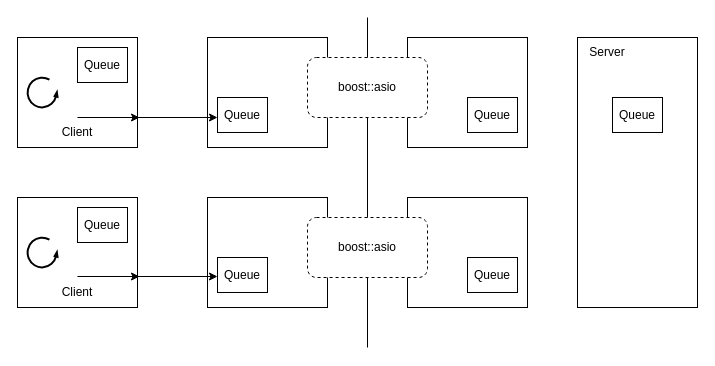
This is diagram/client-server-architecture.drawio from e-choness/mmo-framework-cpp, a draw.io file, before an edit. Source tidied: cells renumbered, new cells numbered last; positions are measured from the earlier drawing's top-left corner, leaving out a move shared by most shapes. Both pictures are drawn from the tidied source at 100%, with x=0, y=0 at pixel (17, 17).
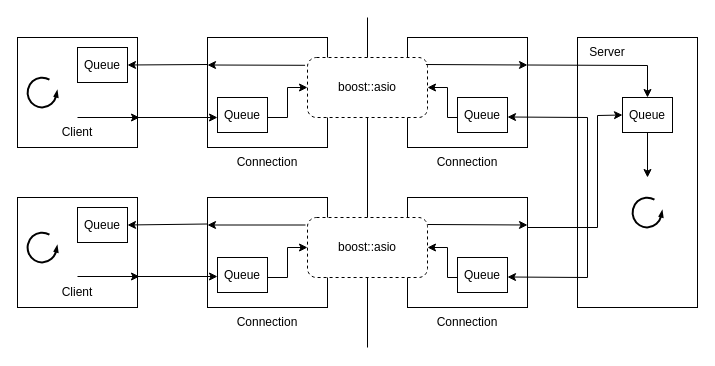
The same diagram, later.

Commit message:
Complete the diagram

Unchanged cells that the change refers to:
```xml
<mxCell id="3" value="Queue" style="rounded=0;whiteSpace=wrap;html=1;" parent="1" vertex="1">
  <mxGeometry x="60" y="30" width="50" height="35" as="geometry" />
</mxCell>
<mxCell id="5" style="rounded=0;whiteSpace=wrap;html=1;" parent="1" vertex="1">
  <mxGeometry x="190" y="20" width="120" height="110" as="geometry" />
</mxCell>
<mxCell id="13" style="rounded=0;whiteSpace=wrap;html=1;" parent="1" vertex="1">
  <mxGeometry x="390" y="20" width="120" height="110" as="geometry" />
</mxCell>
<mxCell id="15" style="rounded=0;whiteSpace=wrap;html=1;" parent="1" vertex="1">
  <mxGeometry x="390" y="180" width="120" height="110" as="geometry" />
</mxCell>
<mxCell id="17" value="boost::asio" style="rounded=1;whiteSpace=wrap;html=1;glass=0;dashed=1;" parent="1" vertex="1">
  <mxGeometry x="290" y="40" width="120" height="60" as="geometry" />
</mxCell>
<mxCell id="18" value="boost::asio" style="rounded=1;whiteSpace=wrap;html=1;glass=0;dashed=1;" parent="1" vertex="1">
  <mxGeometry x="290" y="200" width="120" height="60" as="geometry" />
</mxCell>
```

The edit, as a diff of the source:
```diff
@@
+    <mxCell id="19" style="rounded=0;whiteSpace=wrap;html=1;" parent="1" vertex="1">
+      <mxGeometry x="560" y="20" width="120" height="270" as="geometry" />
+    </mxCell>
@@
     <mxCell id="12" style="verticalLabelPosition=bottom;html=1;verticalAlign=top;strokeWidth=2;shape=mxgraph.lean_mapping.physical_pull;" parent="1" vertex="1">
-      <mxGeometry x="10" y="220" width="30" height="30" as="geometry" />
+      <mxGeometry x="10" y="215" width="30" height="30" as="geometry" />
     </mxCell>
@@
     <mxCell id="14" value="Queue" style="rounded=0;whiteSpace=wrap;html=1;" parent="1" vertex="1">
-      <mxGeometry x="450" y="80" width="50" height="35" as="geometry" />
+      <mxGeometry x="440" y="80" width="50" height="35" as="geometry" />
     </mxCell>
@@
     <mxCell id="16" value="Queue" style="rounded=0;whiteSpace=wrap;html=1;" parent="1" vertex="1">
-      <mxGeometry x="450" y="240" width="50" height="35" as="geometry" />
+      <mxGeometry x="440" y="240" width="50" height="35" as="geometry" />
     </mxCell>
@@
-    <mxCell id="19" style="rounded=0;whiteSpace=wrap;html=1;" parent="1" vertex="1">
-      <mxGeometry x="560" y="20" width="120" height="270" as="geometry" />
-    </mxCell>
@@
     <mxCell id="23" value="Queue" style="rounded=0;whiteSpace=wrap;html=1;" parent="1" vertex="1">
-      <mxGeometry x="595" y="80" width="50" height="35" as="geometry" />
+      <mxGeometry x="605" y="80" width="50" height="35" as="geometry" />
     </mxCell>
@@
+    <mxCell id="28" value="Connection" style="text;html=1;align=center;verticalAlign=middle;whiteSpace=wrap;rounded=0;" parent="1" vertex="1">
+      <mxGeometry x="220" y="130" width="60" height="30" as="geometry" />
+    </mxCell>
+    <mxCell id="29" value="Connection" style="text;html=1;align=center;verticalAlign=middle;whiteSpace=wrap;rounded=0;" parent="1" vertex="1">
+      <mxGeometry x="420" y="130" width="60" height="30" as="geometry" />
+    </mxCell>
+    <mxCell id="30" value="Connection" style="text;html=1;align=center;verticalAlign=middle;whiteSpace=wrap;rounded=0;" parent="1" vertex="1">
+      <mxGeometry x="220" y="290" width="60" height="30" as="geometry" />
+    </mxCell>
+    <mxCell id="31" value="Connection" style="text;html=1;align=center;verticalAlign=middle;whiteSpace=wrap;rounded=0;" parent="1" vertex="1">
+      <mxGeometry x="420" y="290" width="60" height="30" as="geometry" />
+    </mxCell>
+    <mxCell id="32" style="endArrow=classic;html=1;rounded=0;entryX=0;entryY=0.5;entryDx=0;entryDy=0;" parent="1" edge="1" target="18">
+      <mxGeometry relative="1" as="geometry">
+        <mxPoint x="250" y="260" as="sourcePoint" />
+        <Array as="points">
+          <mxPoint x="270" y="260" />
+          <mxPoint x="270" y="230" />
+        </Array>
+      </mxGeometry>
+    </mxCell>
+    <mxCell id="33" style="endArrow=classic;html=1;rounded=0;entryX=0;entryY=0.5;entryDx=0;entryDy=0;" parent="1" edge="1">
+      <mxGeometry relative="1" as="geometry">
+        <mxPoint x="250" y="100" as="sourcePoint" />
+        <mxPoint x="290" y="70" as="targetPoint" />
+        <Array as="points">
+          <mxPoint x="270" y="100" />
+          <mxPoint x="270" y="70" />
+        </Array>
+      </mxGeometry>
+    </mxCell>
+    <mxCell id="34" style="endArrow=classic;html=1;rounded=0;exitX=-0.02;exitY=0.13;exitDx=0;exitDy=0;exitPerimeter=0;entryX=0;entryY=0.25;entryDx=0;entryDy=0;" parent="1" edge="1" source="17" target="5">
+      <mxGeometry relative="1" as="geometry" />
+    </mxCell>
+    <mxCell id="35" style="endArrow=classic;html=1;rounded=0;exitX=-0.02;exitY=0.13;exitDx=0;exitDy=0;exitPerimeter=0;entryX=1;entryY=0.5;entryDx=0;entryDy=0;" parent="1" edge="1" target="3">
+      <mxGeometry relative="1" as="geometry">
+        <mxPoint x="190" y="47" as="sourcePoint" />
+      </mxGeometry>
+    </mxCell>
+    <mxCell id="36" style="endArrow=classic;html=1;rounded=0;exitX=-0.02;exitY=0.13;exitDx=0;exitDy=0;exitPerimeter=0;entryX=0;entryY=0.25;entryDx=0;entryDy=0;" parent="1" edge="1">
+      <mxGeometry relative="1" as="geometry">
+        <mxPoint x="288" y="207.5" as="sourcePoint" />
+        <mxPoint x="190" y="207.5" as="targetPoint" />
+      </mxGeometry>
+    </mxCell>
+    <mxCell id="37" style="endArrow=classic;html=1;rounded=0;exitX=-0.02;exitY=0.13;exitDx=0;exitDy=0;exitPerimeter=0;entryX=1;entryY=0.5;entryDx=0;entryDy=0;" parent="1" edge="1">
+      <mxGeometry relative="1" as="geometry">
+        <mxPoint x="190" y="206.5" as="sourcePoint" />
+        <mxPoint x="110" y="207.5" as="targetPoint" />
+      </mxGeometry>
+    </mxCell>
+    <mxCell id="38" style="endArrow=classic;html=1;rounded=0;entryX=1;entryY=0.25;entryDx=0;entryDy=0;exitX=0.987;exitY=0.117;exitDx=0;exitDy=0;exitPerimeter=0;" parent="1" edge="1" source="17" target="13">
+      <mxGeometry relative="1" as="geometry" />
+    </mxCell>
+    <mxCell id="39" style="endArrow=classic;html=1;rounded=0;entryX=1;entryY=0.25;entryDx=0;entryDy=0;exitX=0.987;exitY=0.117;exitDx=0;exitDy=0;exitPerimeter=0;" parent="1" edge="1" target="15">
+      <mxGeometry relative="1" as="geometry">
+        <mxPoint x="410" y="207" as="sourcePoint" />
+      </mxGeometry>
+    </mxCell>
+    <mxCell id="40" style="endArrow=classic;html=1;rounded=0;entryX=0.5;entryY=0;entryDx=0;entryDy=0;exitX=1;exitY=0.25;exitDx=0;exitDy=0;" parent="1" edge="1" source="13" target="23">
+      <mxGeometry relative="1" as="geometry">
+        <Array as="points">
+          <mxPoint x="630" y="48" />
+        </Array>
+      </mxGeometry>
+    </mxCell>
+    <mxCell id="41" style="endArrow=classic;html=1;rounded=0;" parent="1" edge="1">
+      <mxGeometry relative="1" as="geometry">
+        <mxPoint x="630" y="115" as="sourcePoint" />
+        <mxPoint x="630" y="160" as="targetPoint" />
+      </mxGeometry>
+    </mxCell>
+    <mxCell id="42" style="verticalLabelPosition=bottom;html=1;verticalAlign=top;strokeWidth=2;shape=mxgraph.lean_mapping.physical_pull;" parent="1" vertex="1">
+      <mxGeometry x="615" y="180" width="30" height="30" as="geometry" />
+    </mxCell>
+    <mxCell id="43" style="endArrow=classic;startArrow=classic;html=1;rounded=0;entryX=1;entryY=0.5;entryDx=0;entryDy=0;exitX=1;exitY=0.5;exitDx=0;exitDy=0;" parent="1" edge="1">
+      <mxGeometry relative="1" as="geometry">
+        <mxPoint x="490" y="259.5" as="sourcePoint" />
+        <mxPoint x="490" y="99.5" as="targetPoint" />
+        <Array as="points">
+          <mxPoint x="570" y="260" />
+          <mxPoint x="570" y="100" />
+        </Array>
+      </mxGeometry>
+    </mxCell>
+    <mxCell id="44" style="endArrow=classic;html=1;rounded=0;entryX=0;entryY=0.5;entryDx=0;entryDy=0;" parent="1" edge="1" target="23">
+      <mxGeometry relative="1" as="geometry">
+        <mxPoint x="510" y="210" as="sourcePoint" />
+        <Array as="points">
+          <mxPoint x="580" y="210" />
+          <mxPoint x="580" y="98" />
+        </Array>
+      </mxGeometry>
+    </mxCell>
+    <mxCell id="45" style="endArrow=classic;html=1;rounded=0;entryX=1;entryY=0.5;entryDx=0;entryDy=0;" parent="1" edge="1" target="17">
+      <mxGeometry relative="1" as="geometry">
+        <mxPoint x="440" y="100" as="sourcePoint" />
+        <Array as="points">
+          <mxPoint x="430" y="100" />
+          <mxPoint x="430" y="70" />
+        </Array>
+      </mxGeometry>
+    </mxCell>
+    <mxCell id="46" style="endArrow=classic;html=1;rounded=0;entryX=1;entryY=0.5;entryDx=0;entryDy=0;" parent="1" edge="1">
+      <mxGeometry relative="1" as="geometry">
+        <mxPoint x="440" y="260" as="sourcePoint" />
+        <mxPoint x="410" y="230" as="targetPoint" />
+        <Array as="points">
+          <mxPoint x="430" y="260" />
+          <mxPoint x="430" y="230" />
+        </Array>
+      </mxGeometry>
+    </mxCell>
```
